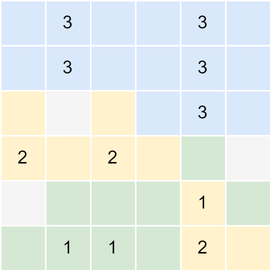
axiomofchoice-hjt/Axiomofchoice-hjt.github.io keeps this draw.io diagram as img/62c303-L3-1.drawio.png. Above is the earlier version. Source tidied: cells renumbered, new cells last; positions are measured from the earlier drawing's top-left corner, leaving out a move shared by most shapes. Its diagram source:
```xml
<mxGraphModel background="#ffffff">
  <root>
    <mxCell id="0" />
    <mxCell id="1" parent="0" />
    <mxCell id="2" style="rounded=0;whiteSpace=wrap;html=1;fillColor=#dae8fc;strokeColor=#ffffff;" parent="1" vertex="1">
      <mxGeometry width="30" height="30" as="geometry" />
    </mxCell>
    <mxCell id="3" value="3" style="rounded=0;whiteSpace=wrap;html=1;fillColor=#dae8fc;strokeColor=#ffffff;" parent="1" vertex="1">
      <mxGeometry x="30" width="30" height="30" as="geometry" />
    </mxCell>
    <mxCell id="4" style="rounded=0;whiteSpace=wrap;html=1;fillColor=#dae8fc;strokeColor=#ffffff;" parent="1" vertex="1">
      <mxGeometry x="60" width="30" height="30" as="geometry" />
    </mxCell>
    <mxCell id="5" style="rounded=0;whiteSpace=wrap;html=1;fillColor=#dae8fc;strokeColor=#ffffff;" parent="1" vertex="1">
      <mxGeometry x="90" width="30" height="30" as="geometry" />
    </mxCell>
    <mxCell id="6" value="3" style="rounded=0;whiteSpace=wrap;html=1;fillColor=#dae8fc;strokeColor=#ffffff;" parent="1" vertex="1">
      <mxGeometry x="120" width="30" height="30" as="geometry" />
    </mxCell>
    <mxCell id="7" style="rounded=0;whiteSpace=wrap;html=1;fillColor=#dae8fc;strokeColor=#ffffff;" parent="1" vertex="1">
      <mxGeometry y="30" width="30" height="30" as="geometry" />
    </mxCell>
    <mxCell id="8" value="3" style="rounded=0;whiteSpace=wrap;html=1;fillColor=#dae8fc;strokeColor=#ffffff;" parent="1" vertex="1">
      <mxGeometry x="30" y="30" width="30" height="30" as="geometry" />
    </mxCell>
    <mxCell id="9" style="rounded=0;whiteSpace=wrap;html=1;fillColor=#dae8fc;strokeColor=#ffffff;" parent="1" vertex="1">
      <mxGeometry x="60" y="30" width="30" height="30" as="geometry" />
    </mxCell>
    <mxCell id="10" style="rounded=0;whiteSpace=wrap;html=1;fillColor=#dae8fc;strokeColor=#ffffff;" parent="1" vertex="1">
      <mxGeometry x="90" y="30" width="30" height="30" as="geometry" />
    </mxCell>
    <mxCell id="11" value="3" style="rounded=0;whiteSpace=wrap;html=1;fillColor=#dae8fc;strokeColor=#ffffff;" parent="1" vertex="1">
      <mxGeometry x="120" y="30" width="30" height="30" as="geometry" />
    </mxCell>
    <mxCell id="12" style="rounded=0;whiteSpace=wrap;html=1;fillColor=#f5f5f5;fontColor=#333333;strokeColor=#ffffff;" parent="1" vertex="1">
      <mxGeometry y="60" width="30" height="30" as="geometry" />
    </mxCell>
    <mxCell id="13" style="rounded=0;whiteSpace=wrap;html=1;fillColor=#f5f5f5;fontColor=#333333;strokeColor=#ffffff;" parent="1" vertex="1">
      <mxGeometry x="30" y="60" width="30" height="30" as="geometry" />
    </mxCell>
    <mxCell id="14" style="rounded=0;whiteSpace=wrap;html=1;fillColor=#fff2cc;strokeColor=#ffffff;" parent="1" vertex="1">
      <mxGeometry x="60" y="60" width="30" height="30" as="geometry" />
    </mxCell>
    <mxCell id="15" style="rounded=0;whiteSpace=wrap;html=1;fillColor=#dae8fc;strokeColor=#ffffff;" parent="1" vertex="1">
      <mxGeometry x="90" y="60" width="30" height="30" as="geometry" />
    </mxCell>
    <mxCell id="16" value="3" style="rounded=0;whiteSpace=wrap;html=1;fillColor=#dae8fc;strokeColor=#ffffff;" parent="1" vertex="1">
      <mxGeometry x="120" y="60" width="30" height="30" as="geometry" />
    </mxCell>
    <mxCell id="17" value="2" style="rounded=0;whiteSpace=wrap;html=1;fillColor=#f5f5f5;fontColor=#333333;strokeColor=#ffffff;" parent="1" vertex="1">
      <mxGeometry y="90" width="30" height="30" as="geometry" />
    </mxCell>
    <mxCell id="18" style="rounded=0;whiteSpace=wrap;html=1;fillColor=#f5f5f5;fontColor=#333333;strokeColor=#ffffff;" parent="1" vertex="1">
      <mxGeometry x="30" y="90" width="30" height="30" as="geometry" />
    </mxCell>
    <mxCell id="19" value="2" style="rounded=0;whiteSpace=wrap;html=1;fillColor=#fff2cc;strokeColor=#ffffff;" parent="1" vertex="1">
      <mxGeometry x="60" y="90" width="30" height="30" as="geometry" />
    </mxCell>
    <mxCell id="20" style="rounded=0;whiteSpace=wrap;html=1;fillColor=#fff2cc;strokeColor=#ffffff;" parent="1" vertex="1">
      <mxGeometry x="90" y="90" width="30" height="30" as="geometry" />
    </mxCell>
    <mxCell id="21" style="rounded=0;whiteSpace=wrap;html=1;fillColor=#d5e8d4;strokeColor=#ffffff;" parent="1" vertex="1">
      <mxGeometry x="120" y="90" width="30" height="30" as="geometry" />
    </mxCell>
    <mxCell id="22" style="rounded=0;whiteSpace=wrap;html=1;fillColor=#f5f5f5;fontColor=#333333;strokeColor=#ffffff;" parent="1" vertex="1">
      <mxGeometry y="120" width="30" height="30" as="geometry" />
    </mxCell>
    <mxCell id="23" style="rounded=0;whiteSpace=wrap;html=1;fillColor=#d5e8d4;strokeColor=#ffffff;" parent="1" vertex="1">
      <mxGeometry x="30" y="120" width="30" height="30" as="geometry" />
    </mxCell>
    <mxCell id="24" style="rounded=0;whiteSpace=wrap;html=1;fillColor=#d5e8d4;strokeColor=#ffffff;" parent="1" vertex="1">
      <mxGeometry x="60" y="120" width="30" height="30" as="geometry" />
    </mxCell>
    <mxCell id="25" style="rounded=0;whiteSpace=wrap;html=1;fillColor=#d5e8d4;strokeColor=#ffffff;" parent="1" vertex="1">
      <mxGeometry x="90" y="120" width="30" height="30" as="geometry" />
    </mxCell>
    <mxCell id="26" value="1" style="rounded=0;whiteSpace=wrap;html=1;fillColor=#fff2cc;strokeColor=#ffffff;" parent="1" vertex="1">
      <mxGeometry x="120" y="120" width="30" height="30" as="geometry" />
    </mxCell>
    <mxCell id="27" style="rounded=0;whiteSpace=wrap;html=1;fillColor=#d5e8d4;strokeColor=#ffffff;" parent="1" vertex="1">
      <mxGeometry y="150" width="30" height="30" as="geometry" />
    </mxCell>
    <mxCell id="28" value="1" style="rounded=0;whiteSpace=wrap;html=1;fillColor=#d5e8d4;strokeColor=#ffffff;" parent="1" vertex="1">
      <mxGeometry x="30" y="150" width="30" height="30" as="geometry" />
    </mxCell>
    <mxCell id="29" value="1" style="rounded=0;whiteSpace=wrap;html=1;fillColor=#d5e8d4;strokeColor=#ffffff;" parent="1" vertex="1">
      <mxGeometry x="60" y="150" width="30" height="30" as="geometry" />
    </mxCell>
    <mxCell id="30" style="rounded=0;whiteSpace=wrap;html=1;fillColor=#d5e8d4;strokeColor=#ffffff;" parent="1" vertex="1">
      <mxGeometry x="90" y="150" width="30" height="30" as="geometry" />
    </mxCell>
    <mxCell id="31" value="2" style="rounded=0;whiteSpace=wrap;html=1;fillColor=#fff2cc;strokeColor=#ffffff;" parent="1" vertex="1">
      <mxGeometry x="120" y="150" width="30" height="30" as="geometry" />
    </mxCell>
    <mxCell id="32" style="rounded=0;whiteSpace=wrap;html=1;fillColor=#dae8fc;strokeColor=#ffffff;" parent="1" vertex="1">
      <mxGeometry x="150" width="30" height="30" as="geometry" />
    </mxCell>
    <mxCell id="33" style="rounded=0;whiteSpace=wrap;html=1;fillColor=#dae8fc;strokeColor=#ffffff;" parent="1" vertex="1">
      <mxGeometry x="150" y="30" width="30" height="30" as="geometry" />
    </mxCell>
    <mxCell id="34" style="rounded=0;whiteSpace=wrap;html=1;fillColor=#dae8fc;strokeColor=#ffffff;" parent="1" vertex="1">
      <mxGeometry x="150" y="60" width="30" height="30" as="geometry" />
    </mxCell>
    <mxCell id="35" style="rounded=0;whiteSpace=wrap;html=1;fillColor=#f5f5f5;fontColor=#333333;strokeColor=#ffffff;" parent="1" vertex="1">
      <mxGeometry x="150" y="90" width="30" height="30" as="geometry" />
    </mxCell>
    <mxCell id="36" style="rounded=0;whiteSpace=wrap;html=1;fillColor=#d5e8d4;strokeColor=#ffffff;" parent="1" vertex="1">
      <mxGeometry x="150" y="120" width="30" height="30" as="geometry" />
    </mxCell>
    <mxCell id="37" style="rounded=0;whiteSpace=wrap;html=1;fillColor=#fff2cc;strokeColor=#ffffff;" parent="1" vertex="1">
      <mxGeometry x="150" y="150" width="30" height="30" as="geometry" />
    </mxCell>
    <mxCell id="38" style="rounded=0;whiteSpace=wrap;html=1;fillColor=#fff2cc;strokeColor=#ffffff;" parent="1" vertex="1">
      <mxGeometry y="60" width="30" height="30" as="geometry" />
    </mxCell>
    <mxCell id="39" value="2" style="rounded=0;whiteSpace=wrap;html=1;fillColor=#fff2cc;strokeColor=#ffffff;" parent="1" vertex="1">
      <mxGeometry y="90" width="30" height="30" as="geometry" />
    </mxCell>
    <mxCell id="40" style="rounded=0;whiteSpace=wrap;html=1;fillColor=#fff2cc;strokeColor=#ffffff;" parent="1" vertex="1">
      <mxGeometry x="30" y="90" width="30" height="30" as="geometry" />
    </mxCell>
  </root>
</mxGraphModel>
```
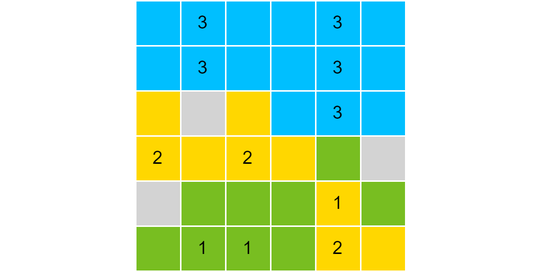
After the change.

What changed in the source:
```diff
@@ -2,122 +2,128 @@
   <root>
     <mxCell id="0" />
     <mxCell id="1" parent="0" />
-    <mxCell id="2" style="rounded=0;whiteSpace=wrap;html=1;fillColor=#dae8fc;strokeColor=#ffffff;" parent="1" vertex="1">
+    <mxCell id="2" style="rounded=0;whiteSpace=wrap;html=1;fillColor=#00bfff;strokeColor=#ffffff;fontColor=#000000;" parent="1" vertex="1">
       <mxGeometry width="30" height="30" as="geometry" />
     </mxCell>
-    <mxCell id="3" value="3" style="rounded=0;whiteSpace=wrap;html=1;fillColor=#dae8fc;strokeColor=#ffffff;" parent="1" vertex="1">
+    <mxCell id="3" value="3" style="rounded=0;whiteSpace=wrap;html=1;fillColor=#00bfff;strokeColor=#ffffff;fontColor=#000000;" parent="1" vertex="1">
       <mxGeometry x="30" width="30" height="30" as="geometry" />
     </mxCell>
-    <mxCell id="4" style="rounded=0;whiteSpace=wrap;html=1;fillColor=#dae8fc;strokeColor=#ffffff;" parent="1" vertex="1">
+    <mxCell id="4" style="rounded=0;whiteSpace=wrap;html=1;fillColor=#00bfff;strokeColor=#ffffff;fontColor=#000000;" parent="1" vertex="1">
       <mxGeometry x="60" width="30" height="30" as="geometry" />
     </mxCell>
-    <mxCell id="5" style="rounded=0;whiteSpace=wrap;html=1;fillColor=#dae8fc;strokeColor=#ffffff;" parent="1" vertex="1">
+    <mxCell id="5" style="rounded=0;whiteSpace=wrap;html=1;fillColor=#00bfff;strokeColor=#ffffff;fontColor=#000000;" parent="1" vertex="1">
       <mxGeometry x="90" width="30" height="30" as="geometry" />
     </mxCell>
-    <mxCell id="6" value="3" style="rounded=0;whiteSpace=wrap;html=1;fillColor=#dae8fc;strokeColor=#ffffff;" parent="1" vertex="1">
+    <mxCell id="6" value="3" style="rounded=0;whiteSpace=wrap;html=1;fillColor=#00bfff;strokeColor=#ffffff;fontColor=#000000;" parent="1" vertex="1">
       <mxGeometry x="120" width="30" height="30" as="geometry" />
     </mxCell>
-    <mxCell id="7" style="rounded=0;whiteSpace=wrap;html=1;fillColor=#dae8fc;strokeColor=#ffffff;" parent="1" vertex="1">
+    <mxCell id="7" style="rounded=0;whiteSpace=wrap;html=1;fillColor=#00bfff;strokeColor=#ffffff;fontColor=#000000;" parent="1" vertex="1">
       <mxGeometry y="30" width="30" height="30" as="geometry" />
     </mxCell>
-    <mxCell id="8" value="3" style="rounded=0;whiteSpace=wrap;html=1;fillColor=#dae8fc;strokeColor=#ffffff;" parent="1" vertex="1">
+    <mxCell id="8" value="3" style="rounded=0;whiteSpace=wrap;html=1;fillColor=#00bfff;strokeColor=#ffffff;fontColor=#000000;" parent="1" vertex="1">
       <mxGeometry x="30" y="30" width="30" height="30" as="geometry" />
     </mxCell>
-    <mxCell id="9" style="rounded=0;whiteSpace=wrap;html=1;fillColor=#dae8fc;strokeColor=#ffffff;" parent="1" vertex="1">
+    <mxCell id="9" style="rounded=0;whiteSpace=wrap;html=1;fillColor=#00bfff;strokeColor=#ffffff;fontColor=#000000;" parent="1" vertex="1">
       <mxGeometry x="60" y="30" width="30" height="30" as="geometry" />
     </mxCell>
-    <mxCell id="10" style="rounded=0;whiteSpace=wrap;html=1;fillColor=#dae8fc;strokeColor=#ffffff;" parent="1" vertex="1">
+    <mxCell id="10" style="rounded=0;whiteSpace=wrap;html=1;fillColor=#00bfff;strokeColor=#ffffff;fontColor=#000000;" parent="1" vertex="1">
       <mxGeometry x="90" y="30" width="30" height="30" as="geometry" />
     </mxCell>
-    <mxCell id="11" value="3" style="rounded=0;whiteSpace=wrap;html=1;fillColor=#dae8fc;strokeColor=#ffffff;" parent="1" vertex="1">
+    <mxCell id="11" value="3" style="rounded=0;whiteSpace=wrap;html=1;fillColor=#00bfff;strokeColor=#ffffff;fontColor=#000000;" parent="1" vertex="1">
       <mxGeometry x="120" y="30" width="30" height="30" as="geometry" />
     </mxCell>
-    <mxCell id="12" style="rounded=0;whiteSpace=wrap;html=1;fillColor=#f5f5f5;fontColor=#333333;strokeColor=#ffffff;" parent="1" vertex="1">
+    <mxCell id="12" style="rounded=0;whiteSpace=wrap;html=1;fillColor=#f5f5f5;fontColor=#000000;strokeColor=#ffffff;" parent="1" vertex="1">
       <mxGeometry y="60" width="30" height="30" as="geometry" />
     </mxCell>
-    <mxCell id="13" style="rounded=0;whiteSpace=wrap;html=1;fillColor=#f5f5f5;fontColor=#333333;strokeColor=#ffffff;" parent="1" vertex="1">
+    <mxCell id="13" style="rounded=0;whiteSpace=wrap;html=1;fillColor=#d3d3d3;fontColor=#000000;strokeColor=#ffffff;" parent="1" vertex="1">
       <mxGeometry x="30" y="60" width="30" height="30" as="geometry" />
     </mxCell>
-    <mxCell id="14" style="rounded=0;whiteSpace=wrap;html=1;fillColor=#fff2cc;strokeColor=#ffffff;" parent="1" vertex="1">
+    <mxCell id="14" style="rounded=0;whiteSpace=wrap;html=1;fillColor=#ffd700;strokeColor=#ffffff;fontColor=#000000;" parent="1" vertex="1">
       <mxGeometry x="60" y="60" width="30" height="30" as="geometry" />
     </mxCell>
-    <mxCell id="15" style="rounded=0;whiteSpace=wrap;html=1;fillColor=#dae8fc;strokeColor=#ffffff;" parent="1" vertex="1">
+    <mxCell id="15" style="rounded=0;whiteSpace=wrap;html=1;fillColor=#00bfff;strokeColor=#ffffff;fontColor=#000000;" parent="1" vertex="1">
       <mxGeometry x="90" y="60" width="30" height="30" as="geometry" />
     </mxCell>
-    <mxCell id="16" value="3" style="rounded=0;whiteSpace=wrap;html=1;fillColor=#dae8fc;strokeColor=#ffffff;" parent="1" vertex="1">
+    <mxCell id="16" value="3" style="rounded=0;whiteSpace=wrap;html=1;fillColor=#00bfff;strokeColor=#ffffff;fontColor=#000000;" parent="1" vertex="1">
       <mxGeometry x="120" y="60" width="30" height="30" as="geometry" />
     </mxCell>
-    <mxCell id="17" value="2" style="rounded=0;whiteSpace=wrap;html=1;fillColor=#f5f5f5;fontColor=#333333;strokeColor=#ffffff;" parent="1" vertex="1">
+    <mxCell id="17" value="2" style="rounded=0;whiteSpace=wrap;html=1;fillColor=#f5f5f5;fontColor=#000000;strokeColor=#ffffff;" parent="1" vertex="1">
       <mxGeometry y="90" width="30" height="30" as="geometry" />
     </mxCell>
-    <mxCell id="18" style="rounded=0;whiteSpace=wrap;html=1;fillColor=#f5f5f5;fontColor=#333333;strokeColor=#ffffff;" parent="1" vertex="1">
+    <mxCell id="18" style="rounded=0;whiteSpace=wrap;html=1;fillColor=#f5f5f5;fontColor=#000000;strokeColor=#ffffff;" parent="1" vertex="1">
       <mxGeometry x="30" y="90" width="30" height="30" as="geometry" />
     </mxCell>
-    <mxCell id="19" value="2" style="rounded=0;whiteSpace=wrap;html=1;fillColor=#fff2cc;strokeColor=#ffffff;" parent="1" vertex="1">
+    <mxCell id="19" value="2" style="rounded=0;whiteSpace=wrap;html=1;fillColor=#ffd700;strokeColor=#ffffff;fontColor=#000000;" parent="1" vertex="1">
       <mxGeometry x="60" y="90" width="30" height="30" as="geometry" />
     </mxCell>
-    <mxCell id="20" style="rounded=0;whiteSpace=wrap;html=1;fillColor=#fff2cc;strokeColor=#ffffff;" parent="1" vertex="1">
+    <mxCell id="20" style="rounded=0;whiteSpace=wrap;html=1;fillColor=#ffd700;strokeColor=#ffffff;fontColor=#000000;" parent="1" vertex="1">
       <mxGeometry x="90" y="90" width="30" height="30" as="geometry" />
     </mxCell>
-    <mxCell id="21" style="rounded=0;whiteSpace=wrap;html=1;fillColor=#d5e8d4;strokeColor=#ffffff;" parent="1" vertex="1">
+    <mxCell id="21" style="rounded=0;whiteSpace=wrap;html=1;fillColor=#78be21;strokeColor=#ffffff;fontColor=#000000;" parent="1" vertex="1">
       <mxGeometry x="120" y="90" width="30" height="30" as="geometry" />
     </mxCell>
-    <mxCell id="22" style="rounded=0;whiteSpace=wrap;html=1;fillColor=#f5f5f5;fontColor=#333333;strokeColor=#ffffff;" parent="1" vertex="1">
+    <mxCell id="22" style="rounded=0;whiteSpace=wrap;html=1;fillColor=#d3d3d3;fontColor=#000000;strokeColor=#ffffff;" parent="1" vertex="1">
       <mxGeometry y="120" width="30" height="30" as="geometry" />
     </mxCell>
-    <mxCell id="23" style="rounded=0;whiteSpace=wrap;html=1;fillColor=#d5e8d4;strokeColor=#ffffff;" parent="1" vertex="1">
+    <mxCell id="23" style="rounded=0;whiteSpace=wrap;html=1;fillColor=#78be21;strokeColor=#ffffff;fontColor=#000000;" parent="1" vertex="1">
       <mxGeometry x="30" y="120" width="30" height="30" as="geometry" />
     </mxCell>
-    <mxCell id="24" style="rounded=0;whiteSpace=wrap;html=1;fillColor=#d5e8d4;strokeColor=#ffffff;" parent="1" vertex="1">
+    <mxCell id="24" style="rounded=0;whiteSpace=wrap;html=1;fillColor=#78be21;strokeColor=#ffffff;fontColor=#000000;" parent="1" vertex="1">
       <mxGeometry x="60" y="120" width="30" height="30" as="geometry" />
     </mxCell>
-    <mxCell id="25" style="rounded=0;whiteSpace=wrap;html=1;fillColor=#d5e8d4;strokeColor=#ffffff;" parent="1" vertex="1">
+    <mxCell id="25" style="rounded=0;whiteSpace=wrap;html=1;fillColor=#78be21;strokeColor=#ffffff;fontColor=#000000;" parent="1" vertex="1">
       <mxGeometry x="90" y="120" width="30" height="30" as="geometry" />
     </mxCell>
-    <mxCell id="26" value="1" style="rounded=0;whiteSpace=wrap;html=1;fillColor=#fff2cc;strokeColor=#ffffff;" parent="1" vertex="1">
+    <mxCell id="26" value="1" style="rounded=0;whiteSpace=wrap;html=1;fillColor=#ffd700;strokeColor=#ffffff;fontColor=#000000;" parent="1" vertex="1">
       <mxGeometry x="120" y="120" width="30" height="30" as="geometry" />
     </mxCell>
-    <mxCell id="27" style="rounded=0;whiteSpace=wrap;html=1;fillColor=#d5e8d4;strokeColor=#ffffff;" parent="1" vertex="1">
+    <mxCell id="27" style="rounded=0;whiteSpace=wrap;html=1;fillColor=#78be21;strokeColor=#ffffff;fontColor=#000000;" parent="1" vertex="1">
       <mxGeometry y="150" width="30" height="30" as="geometry" />
     </mxCell>
-    <mxCell id="28" value="1" style="rounded=0;whiteSpace=wrap;html=1;fillColor=#d5e8d4;strokeColor=#ffffff;" parent="1" vertex="1">
+    <mxCell id="28" value="1" style="rounded=0;whiteSpace=wrap;html=1;fillColor=#78be21;strokeColor=#ffffff;fontColor=#000000;" parent="1" vertex="1">
       <mxGeometry x="30" y="150" width="30" height="30" as="geometry" />
     </mxCell>
-    <mxCell id="29" value="1" style="rounded=0;whiteSpace=wrap;html=1;fillColor=#d5e8d4;strokeColor=#ffffff;" parent="1" vertex="1">
+    <mxCell id="29" value="1" style="rounded=0;whiteSpace=wrap;html=1;fillColor=#78be21;strokeColor=#ffffff;fontColor=#000000;" parent="1" vertex="1">
       <mxGeometry x="60" y="150" width="30" height="30" as="geometry" />
     </mxCell>
-    <mxCell id="30" style="rounded=0;whiteSpace=wrap;html=1;fillColor=#d5e8d4;strokeColor=#ffffff;" parent="1" vertex="1">
+    <mxCell id="30" style="rounded=0;whiteSpace=wrap;html=1;fillColor=#78be21;strokeColor=#ffffff;fontColor=#000000;" parent="1" vertex="1">
       <mxGeometry x="90" y="150" width="30" height="30" as="geometry" />
     </mxCell>
-    <mxCell id="31" value="2" style="rounded=0;whiteSpace=wrap;html=1;fillColor=#fff2cc;strokeColor=#ffffff;" parent="1" vertex="1">
+    <mxCell id="31" value="2" style="rounded=0;whiteSpace=wrap;html=1;fillColor=#ffd700;strokeColor=#ffffff;fontColor=#000000;" parent="1" vertex="1">
       <mxGeometry x="120" y="150" width="30" height="30" as="geometry" />
     </mxCell>
-    <mxCell id="32" style="rounded=0;whiteSpace=wrap;html=1;fillColor=#dae8fc;strokeColor=#ffffff;" parent="1" vertex="1">
+    <mxCell id="32" style="rounded=0;whiteSpace=wrap;html=1;fillColor=#00bfff;strokeColor=#ffffff;fontColor=#000000;" parent="1" vertex="1">
       <mxGeometry x="150" width="30" height="30" as="geometry" />
     </mxCell>
-    <mxCell id="33" style="rounded=0;whiteSpace=wrap;html=1;fillColor=#dae8fc;strokeColor=#ffffff;" parent="1" vertex="1">
+    <mxCell id="33" style="rounded=0;whiteSpace=wrap;html=1;fillColor=#00bfff;strokeColor=#ffffff;fontColor=#000000;" parent="1" vertex="1">
       <mxGeometry x="150" y="30" width="30" height="30" as="geometry" />
     </mxCell>
-    <mxCell id="34" style="rounded=0;whiteSpace=wrap;html=1;fillColor=#dae8fc;strokeColor=#ffffff;" parent="1" vertex="1">
+    <mxCell id="34" style="rounded=0;whiteSpace=wrap;html=1;fillColor=#00bfff;strokeColor=#ffffff;fontColor=#000000;" parent="1" vertex="1">
       <mxGeometry x="150" y="60" width="30" height="30" as="geometry" />
     </mxCell>
-    <mxCell id="35" style="rounded=0;whiteSpace=wrap;html=1;fillColor=#f5f5f5;fontColor=#333333;strokeColor=#ffffff;" parent="1" vertex="1">
+    <mxCell id="35" style="rounded=0;whiteSpace=wrap;html=1;fillColor=#d3d3d3;fontColor=#000000;strokeColor=#ffffff;" parent="1" vertex="1">
       <mxGeometry x="150" y="90" width="30" height="30" as="geometry" />
     </mxCell>
-    <mxCell id="36" style="rounded=0;whiteSpace=wrap;html=1;fillColor=#d5e8d4;strokeColor=#ffffff;" parent="1" vertex="1">
+    <mxCell id="36" style="rounded=0;whiteSpace=wrap;html=1;fillColor=#78be21;strokeColor=#ffffff;fontColor=#000000;" parent="1" vertex="1">
       <mxGeometry x="150" y="120" width="30" height="30" as="geometry" />
     </mxCell>
-    <mxCell id="37" style="rounded=0;whiteSpace=wrap;html=1;fillColor=#fff2cc;strokeColor=#ffffff;" parent="1" vertex="1">
+    <mxCell id="37" style="rounded=0;whiteSpace=wrap;html=1;fillColor=#ffd700;strokeColor=#ffffff;fontColor=#000000;" parent="1" vertex="1">
       <mxGeometry x="150" y="150" width="30" height="30" as="geometry" />
     </mxCell>
-    <mxCell id="38" style="rounded=0;whiteSpace=wrap;html=1;fillColor=#fff2cc;strokeColor=#ffffff;" parent="1" vertex="1">
+    <mxCell id="38" style="rounded=0;whiteSpace=wrap;html=1;fillColor=#ffd700;strokeColor=#ffffff;fontColor=#000000;" parent="1" vertex="1">
       <mxGeometry y="60" width="30" height="30" as="geometry" />
     </mxCell>
-    <mxCell id="39" value="2" style="rounded=0;whiteSpace=wrap;html=1;fillColor=#fff2cc;strokeColor=#ffffff;" parent="1" vertex="1">
+    <mxCell id="39" value="2" style="rounded=0;whiteSpace=wrap;html=1;fillColor=#ffd700;strokeColor=#ffffff;fontColor=#000000;" parent="1" vertex="1">
       <mxGeometry y="90" width="30" height="30" as="geometry" />
     </mxCell>
-    <mxCell id="40" style="rounded=0;whiteSpace=wrap;html=1;fillColor=#fff2cc;strokeColor=#ffffff;" parent="1" vertex="1">
+    <mxCell id="40" style="rounded=0;whiteSpace=wrap;html=1;fillColor=#ffd700;strokeColor=#ffffff;fontColor=#000000;" parent="1" vertex="1">
       <mxGeometry x="30" y="90" width="30" height="30" as="geometry" />
     </mxCell>
+    <mxCell id="41" style="endArrow=none;dashed=1;html=1;strokeColor=#FFFFFF;fontColor=#000000;" parent="1" edge="1">
+      <mxGeometry relative="1" as="geometry">
+        <mxPoint x="-90" as="sourcePoint" />
+        <mxPoint x="270" as="targetPoint" />
+      </mxGeometry>
+    </mxCell>
   </root>
 </mxGraphModel>
```
